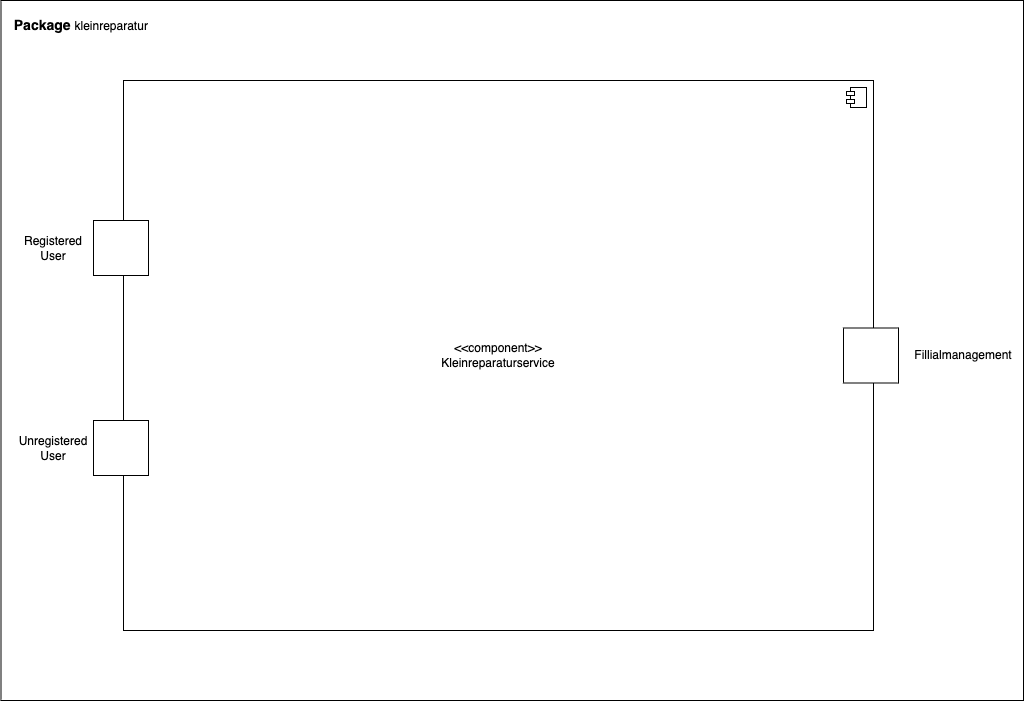
Above: src/main/asciidoc/models/Systemkontext.png in thedobariya/SP2024-G5-Kleinreparaturen_2 (draw.io), before the change. Source tidied: cells renumbered, new cells last; positions are measured from the earlier drawing's top-left corner, leaving out a move shared by most shapes.
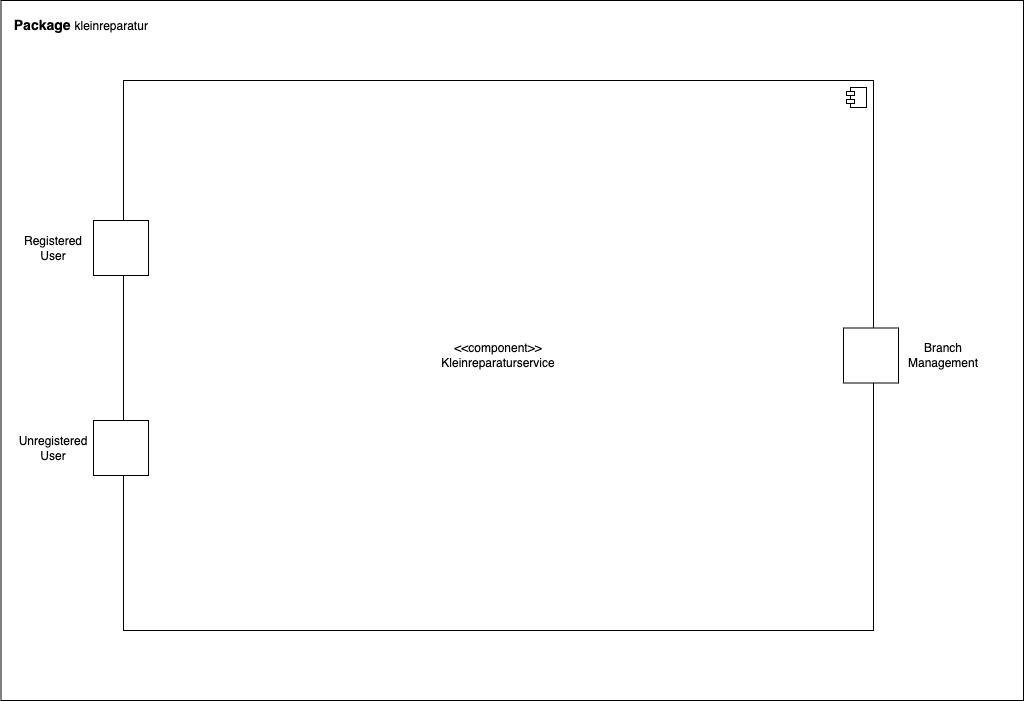
Later version of the same file.

Diff of the diagram source:
```diff
@@ -25,8 +25,8 @@
     <mxCell id="8" value="Registered User" style="text;html=1;align=center;verticalAlign=middle;whiteSpace=wrap;rounded=0;" parent="1" vertex="1">
       <mxGeometry x="22" y="232.5" width="60" height="30" as="geometry" />
     </mxCell>
-    <mxCell id="9" value="Fillialmanagement" style="text;html=1;align=center;verticalAlign=middle;whiteSpace=wrap;rounded=0;" parent="1" vertex="1">
-      <mxGeometry x="932" y="340" width="60" height="30" as="geometry" />
+    <mxCell id="9" value="Branch Management" style="text;html=1;align=center;verticalAlign=middle;whiteSpace=wrap;rounded=0;" parent="1" vertex="1">
+      <mxGeometry x="892" y="340" width="100" height="30" as="geometry" />
     </mxCell>
     <mxCell id="10" value="&lt;font style=&quot;font-size: 14px;&quot;&gt;&lt;b&gt;Package &lt;/b&gt;&lt;/font&gt;kleinreparatur&amp;nbsp;" style="text;html=1;align=center;verticalAlign=middle;whiteSpace=wrap;rounded=0;" parent="1" vertex="1">
       <mxGeometry x="-0.5" y="10" width="162.5" height="30" as="geometry" />
```
